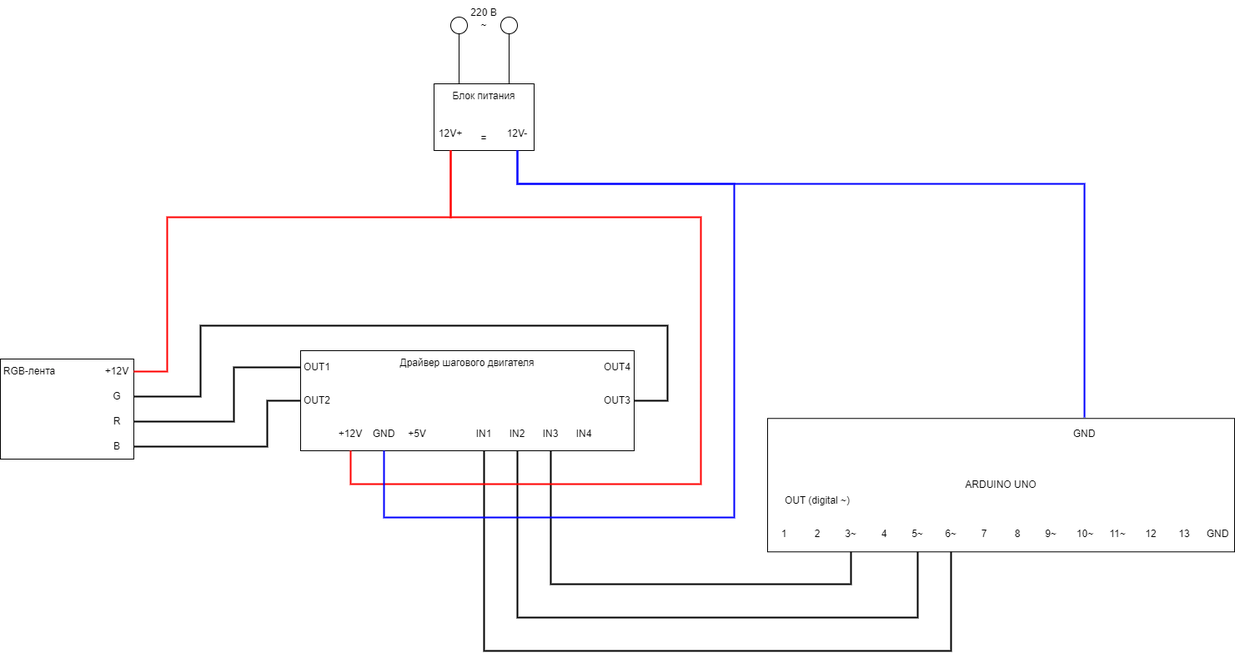
Above: Gear/Электрическая схема.drawio.png in akroniksgod/NewYearMood (draw.io), before the change. Source tidied: cells renumbered, new cells last; positions are measured from the earlier drawing's top-left corner, leaving out a move shared by most shapes.
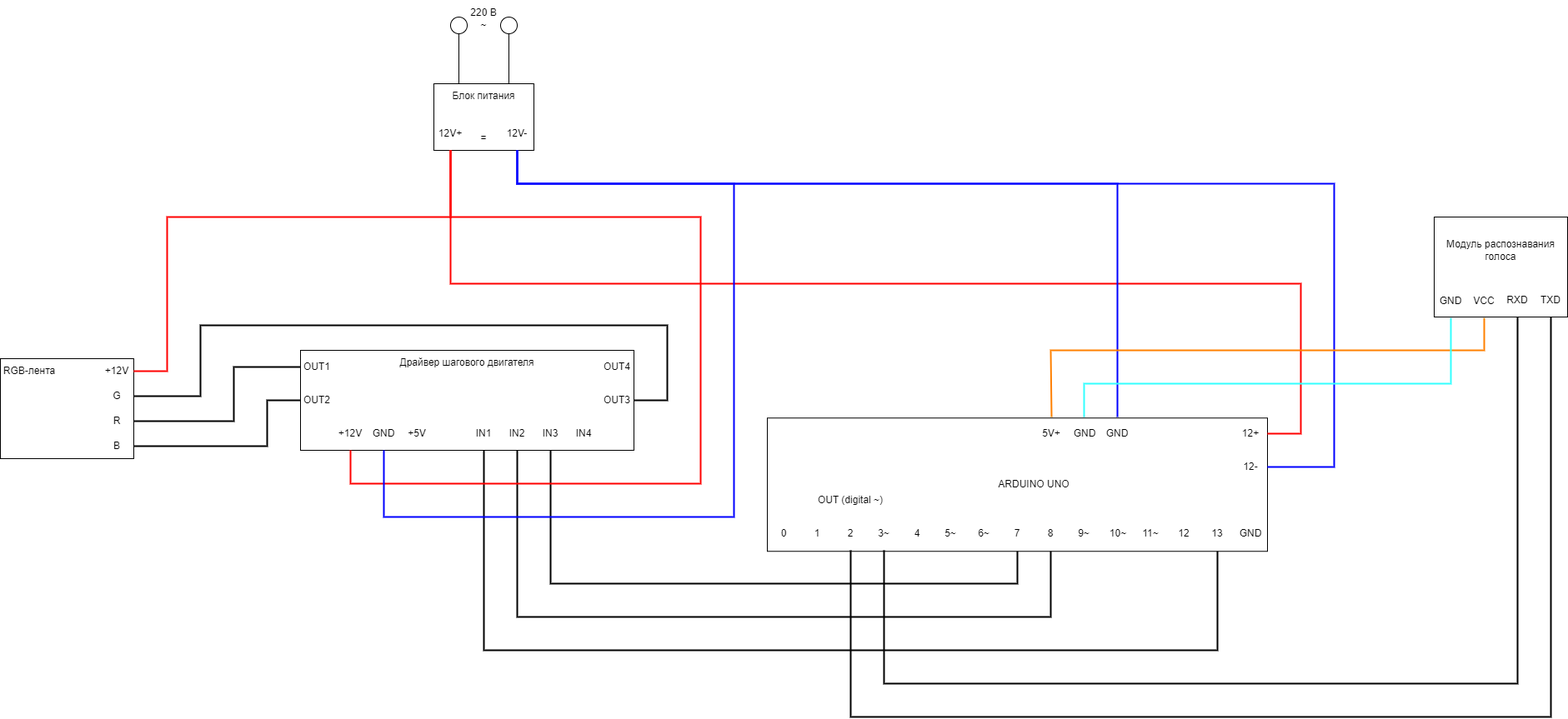
The same diagram one commit later.

Commit message:
Добавлен модуль распознавания голоса

The edit, as a diff of the source:
```diff
@@ -64,33 +64,33 @@
     <mxCell id="16" value="+5V" style="text;html=1;strokeColor=none;fillColor=none;align=center;verticalAlign=middle;whiteSpace=wrap;rounded=0;" parent="1" vertex="1">
       <mxGeometry x="480" y="500" width="40" height="40" as="geometry" />
     </mxCell>
-    <mxCell id="17" style="edgeStyle=orthogonalEdgeStyle;rounded=0;jettySize=auto;html=1;exitX=0.5;exitY=1;exitDx=0;exitDy=0;entryX=0.5;entryY=1;entryDx=0;entryDy=0;strokeColor=#000000;strokeWidth=2;endArrow=none;endFill=0;" parent="1" edge="1" source="18" target="33">
+    <mxCell id="17" style="edgeStyle=orthogonalEdgeStyle;rounded=0;jettySize=auto;html=1;exitX=0.5;exitY=1;exitDx=0;exitDy=0;entryX=0.5;entryY=1;entryDx=0;entryDy=0;strokeColor=#000000;strokeWidth=2;endArrow=none;endFill=0;" parent="1" edge="1" source="18" target="40">
       <mxGeometry relative="1" as="geometry">
         <Array as="points">
           <mxPoint x="580" y="780" />
-          <mxPoint x="1140" y="780" />
+          <mxPoint x="1460" y="780" />
         </Array>
       </mxGeometry>
     </mxCell>
     <mxCell id="18" value="IN1" style="text;html=1;strokeColor=none;fillColor=none;align=center;verticalAlign=middle;whiteSpace=wrap;rounded=0;" parent="1" vertex="1">
       <mxGeometry x="560" y="500" width="40" height="40" as="geometry" />
     </mxCell>
-    <mxCell id="19" style="edgeStyle=orthogonalEdgeStyle;rounded=0;jettySize=auto;html=1;exitX=0.5;exitY=1;exitDx=0;exitDy=0;entryX=0.5;entryY=1;entryDx=0;entryDy=0;strokeColor=#000000;strokeWidth=2;endArrow=none;endFill=0;" parent="1" edge="1" source="20" target="32">
+    <mxCell id="19" style="edgeStyle=orthogonalEdgeStyle;rounded=0;jettySize=auto;html=1;exitX=0.5;exitY=1;exitDx=0;exitDy=0;entryX=0.5;entryY=1;entryDx=0;entryDy=0;strokeColor=#000000;strokeWidth=2;endArrow=none;endFill=0;" parent="1" edge="1" source="20" target="35">
       <mxGeometry relative="1" as="geometry">
         <Array as="points">
           <mxPoint x="620" y="740" />
-          <mxPoint x="1100" y="740" />
+          <mxPoint x="1260" y="740" />
         </Array>
       </mxGeometry>
     </mxCell>
     <mxCell id="20" value="IN2" style="text;html=1;strokeColor=none;fillColor=none;align=center;verticalAlign=middle;whiteSpace=wrap;rounded=0;" parent="1" vertex="1">
       <mxGeometry x="600" y="500" width="40" height="40" as="geometry" />
     </mxCell>
-    <mxCell id="21" style="edgeStyle=orthogonalEdgeStyle;rounded=0;jettySize=auto;html=1;exitX=0.5;exitY=1;exitDx=0;exitDy=0;entryX=0.5;entryY=1;entryDx=0;entryDy=0;strokeColor=#000000;strokeWidth=2;endArrow=none;endFill=0;" parent="1" edge="1" source="22" target="30">
+    <mxCell id="21" style="edgeStyle=orthogonalEdgeStyle;rounded=0;jettySize=auto;html=1;exitX=0.5;exitY=1;exitDx=0;exitDy=0;entryX=0.5;entryY=1;entryDx=0;entryDy=0;strokeColor=#000000;strokeWidth=2;endArrow=none;endFill=0;" parent="1" edge="1" source="22" target="34">
       <mxGeometry relative="1" as="geometry">
         <Array as="points">
           <mxPoint x="660" y="700" />
-          <mxPoint x="1020" y="700" />
+          <mxPoint x="1220" y="700" />
         </Array>
       </mxGeometry>
     </mxCell>
@@ -110,65 +110,83 @@
       <mxGeometry x="440" y="420" width="240" height="30" as="geometry" />
     </mxCell>
     <mxCell id="27" style="rounded=0;whiteSpace=wrap;html=1;fillColor=#FFFFFF;" parent="1" vertex="1">
-      <mxGeometry x="920" y="501.2" width="560" height="160" as="geometry" />
+      <mxGeometry x="920" y="501.2" width="600" height="160" as="geometry" />
     </mxCell>
     <mxCell id="28" value="1" style="text;html=1;strokeColor=none;fillColor=none;align=center;verticalAlign=middle;whiteSpace=wrap;rounded=0;" parent="1" vertex="1">
-      <mxGeometry x="920" y="620" width="40" height="40" as="geometry" />
+      <mxGeometry x="960" y="620" width="40" height="40" as="geometry" />
     </mxCell>
     <mxCell id="29" value="2" style="text;html=1;strokeColor=none;fillColor=none;align=center;verticalAlign=middle;whiteSpace=wrap;rounded=0;" parent="1" vertex="1">
-      <mxGeometry x="960" y="620" width="40" height="40" as="geometry" />
+      <mxGeometry x="1000" y="620" width="40" height="40" as="geometry" />
     </mxCell>
     <mxCell id="30" value="3~" style="text;html=1;strokeColor=none;fillColor=none;align=center;verticalAlign=middle;whiteSpace=wrap;rounded=0;" parent="1" vertex="1">
-      <mxGeometry x="1000" y="620" width="40" height="40" as="geometry" />
+      <mxGeometry x="1040" y="620" width="40" height="40" as="geometry" />
     </mxCell>
     <mxCell id="31" value="4" style="text;html=1;strokeColor=none;fillColor=none;align=center;verticalAlign=middle;whiteSpace=wrap;rounded=0;" parent="1" vertex="1">
-      <mxGeometry x="1040" y="620" width="40" height="40" as="geometry" />
+      <mxGeometry x="1080" y="620" width="40" height="40" as="geometry" />
     </mxCell>
     <mxCell id="32" value="5~" style="text;html=1;strokeColor=none;fillColor=none;align=center;verticalAlign=middle;whiteSpace=wrap;rounded=0;" parent="1" vertex="1">
-      <mxGeometry x="1080" y="620" width="40" height="40" as="geometry" />
+      <mxGeometry x="1120" y="620" width="40" height="40" as="geometry" />
     </mxCell>
     <mxCell id="33" value="6~" style="text;html=1;strokeColor=none;fillColor=none;align=center;verticalAlign=middle;whiteSpace=wrap;rounded=0;" parent="1" vertex="1">
-      <mxGeometry x="1120" y="620" width="40" height="40" as="geometry" />
+      <mxGeometry x="1160" y="620" width="40" height="40" as="geometry" />
     </mxCell>
     <mxCell id="34" value="7" style="text;html=1;strokeColor=none;fillColor=none;align=center;verticalAlign=middle;whiteSpace=wrap;rounded=0;" parent="1" vertex="1">
-      <mxGeometry x="1160" y="620" width="40" height="40" as="geometry" />
+      <mxGeometry x="1200" y="620" width="40" height="40" as="geometry" />
     </mxCell>
     <mxCell id="35" value="8" style="text;html=1;strokeColor=none;fillColor=none;align=center;verticalAlign=middle;whiteSpace=wrap;rounded=0;" parent="1" vertex="1">
-      <mxGeometry x="1200" y="620" width="40" height="40" as="geometry" />
+      <mxGeometry x="1240" y="620" width="40" height="40" as="geometry" />
     </mxCell>
     <mxCell id="36" value="9~" style="text;html=1;strokeColor=none;fillColor=none;align=center;verticalAlign=middle;whiteSpace=wrap;rounded=0;" parent="1" vertex="1">
-      <mxGeometry x="1240" y="620" width="40" height="40" as="geometry" />
+      <mxGeometry x="1280" y="620" width="40" height="40" as="geometry" />
     </mxCell>
     <mxCell id="37" value="10~" style="text;html=1;strokeColor=none;fillColor=none;align=center;verticalAlign=middle;whiteSpace=wrap;rounded=0;" parent="1" vertex="1">
-      <mxGeometry x="1281" y="620" width="40" height="40" as="geometry" />
+      <mxGeometry x="1321" y="620" width="40" height="40" as="geometry" />
     </mxCell>
     <mxCell id="38" value="11~" style="text;html=1;strokeColor=none;fillColor=none;align=center;verticalAlign=middle;whiteSpace=wrap;rounded=0;" parent="1" vertex="1">
-      <mxGeometry x="1320" y="620" width="40" height="40" as="geometry" />
+      <mxGeometry x="1360" y="620" width="40" height="40" as="geometry" />
     </mxCell>
     <mxCell id="39" value="12" style="text;html=1;strokeColor=none;fillColor=none;align=center;verticalAlign=middle;whiteSpace=wrap;rounded=0;" parent="1" vertex="1">
-      <mxGeometry x="1360" y="620" width="40" height="40" as="geometry" />
+      <mxGeometry x="1400" y="620" width="40" height="40" as="geometry" />
     </mxCell>
     <mxCell id="40" value="13" style="text;html=1;strokeColor=none;fillColor=none;align=center;verticalAlign=middle;whiteSpace=wrap;rounded=0;" parent="1" vertex="1">
-      <mxGeometry x="1400" y="620" width="40" height="40" as="geometry" />
+      <mxGeometry x="1440" y="620" width="40" height="40" as="geometry" />
     </mxCell>
     <mxCell id="41" value="GND" style="text;html=1;strokeColor=none;fillColor=none;align=center;verticalAlign=middle;whiteSpace=wrap;rounded=0;" parent="1" vertex="1">
-      <mxGeometry x="1440" y="620" width="40" height="40" as="geometry" />
+      <mxGeometry x="1480" y="620" width="40" height="40" as="geometry" />
     </mxCell>
     <mxCell id="42" value="OUT (digital ~)" style="text;html=1;strokeColor=none;fillColor=none;align=center;verticalAlign=middle;whiteSpace=wrap;rounded=0;" parent="1" vertex="1">
-      <mxGeometry x="920" y="580" width="120" height="40" as="geometry" />
+      <mxGeometry x="960" y="580" width="120" height="40" as="geometry" />
     </mxCell>
     <mxCell id="43" value="ARDUINO UNO" style="text;html=1;strokeColor=none;fillColor=none;align=center;verticalAlign=middle;whiteSpace=wrap;rounded=0;" parent="1" vertex="1">
-      <mxGeometry x="1145" y="562.5" width="110" height="37.5" as="geometry" />
+      <mxGeometry x="1185" y="562.5" width="110" height="37.5" as="geometry" />
     </mxCell>
     <mxCell id="44" value="GND" style="text;html=1;strokeColor=none;fillColor=none;align=center;verticalAlign=middle;whiteSpace=wrap;rounded=0;" parent="1" vertex="1">
-      <mxGeometry x="1280" y="500" width="40" height="40" as="geometry" />
+      <mxGeometry x="1320" y="500" width="40" height="40" as="geometry" />
     </mxCell>
     <mxCell id="45" style="rounded=0;whiteSpace=wrap;html=1;" parent="1" vertex="1">
       <mxGeometry x="520" y="100" width="120" height="80" as="geometry" />
     </mxCell>
+    <mxCell id="60" style="edgeStyle=orthogonalEdgeStyle;rounded=0;jettySize=auto;html=1;exitX=0.5;exitY=1;exitDx=0;exitDy=0;entryX=1;entryY=0.5;entryDx=0;entryDy=0;strokeWidth=2;endArrow=none;endFill=0;strokeColor=#FF0000;" parent="1" edge="1" source="46" target="62">
+      <mxGeometry relative="1" as="geometry">
+        <Array as="points">
+          <mxPoint x="540" y="340" />
+          <mxPoint x="1560" y="340" />
+          <mxPoint x="1560" y="520" />
+        </Array>
+      </mxGeometry>
+    </mxCell>
     <mxCell id="46" value="12V+" style="text;html=1;strokeColor=none;fillColor=none;align=center;verticalAlign=middle;whiteSpace=wrap;rounded=0;" parent="1" vertex="1">
       <mxGeometry x="520" y="140" width="40" height="40" as="geometry" />
     </mxCell>
+    <mxCell id="61" style="edgeStyle=orthogonalEdgeStyle;rounded=0;jettySize=auto;html=1;exitX=0.5;exitY=1;exitDx=0;exitDy=0;entryX=1;entryY=0.5;entryDx=0;entryDy=0;strokeColor=#0000FF;strokeWidth=2;endArrow=none;endFill=0;" parent="1" edge="1" source="47" target="63">
+      <mxGeometry relative="1" as="geometry">
+        <Array as="points">
+          <mxPoint x="620" y="220" />
+          <mxPoint x="1600" y="220" />
+          <mxPoint x="1600" y="560" />
+        </Array>
+      </mxGeometry>
+    </mxCell>
     <mxCell id="47" value="12V-" style="text;html=1;strokeColor=none;fillColor=none;align=center;verticalAlign=middle;whiteSpace=wrap;rounded=0;" parent="1" vertex="1">
       <mxGeometry x="600" y="140" width="40" height="40" as="geometry" />
     </mxCell>
@@ -234,9 +252,76 @@
       <mxGeometry relative="1" as="geometry">
         <Array as="points">
           <mxPoint x="620" y="220" />
-          <mxPoint x="1300" y="220" />
+          <mxPoint x="1340" y="220" />
         </Array>
       </mxGeometry>
     </mxCell>
+    <mxCell id="62" value="12+" style="text;html=1;strokeColor=none;fillColor=none;align=center;verticalAlign=middle;whiteSpace=wrap;rounded=0;" parent="1" vertex="1">
+      <mxGeometry x="1480" y="500" width="40" height="40" as="geometry" />
+    </mxCell>
+    <mxCell id="63" value="12-" style="text;html=1;strokeColor=none;fillColor=none;align=center;verticalAlign=middle;whiteSpace=wrap;rounded=0;" parent="1" vertex="1">
+      <mxGeometry x="1480" y="540" width="40" height="40" as="geometry" />
+    </mxCell>
+    <mxCell id="64" value="GND" style="text;html=1;strokeColor=none;fillColor=none;align=center;verticalAlign=middle;whiteSpace=wrap;rounded=0;" parent="1" vertex="1">
+      <mxGeometry x="1281" y="500" width="40" height="40" as="geometry" />
+    </mxCell>
+    <mxCell id="65" style="edgeStyle=orthogonalEdgeStyle;rounded=0;jettySize=auto;html=1;exitX=0.5;exitY=0;exitDx=0;exitDy=0;entryX=0.5;entryY=1;entryDx=0;entryDy=0;strokeColor=#FF8000;strokeWidth=2;endArrow=none;endFill=0;" parent="1" edge="1" source="66" target="71">
+      <mxGeometry relative="1" as="geometry">
+        <Array as="points">
+          <mxPoint x="1260" y="500" />
+          <mxPoint x="1260" y="420" />
+          <mxPoint x="1780" y="420" />
+        </Array>
+      </mxGeometry>
+    </mxCell>
+    <mxCell id="66" value="5V+" style="text;html=1;strokeColor=none;fillColor=none;align=center;verticalAlign=middle;whiteSpace=wrap;rounded=0;" parent="1" vertex="1">
+      <mxGeometry x="1241" y="500" width="40" height="40" as="geometry" />
+    </mxCell>
+    <mxCell id="67" style="rounded=0;whiteSpace=wrap;html=1;" parent="1" vertex="1">
+      <mxGeometry x="1720" y="260" width="160" height="120" as="geometry" />
+    </mxCell>
+    <mxCell id="68" value="Модуль распознавания голоса" style="text;html=1;strokeColor=none;fillColor=none;align=center;verticalAlign=middle;whiteSpace=wrap;rounded=0;" parent="1" vertex="1">
+      <mxGeometry x="1720" y="260" width="160" height="80" as="geometry" />
+    </mxCell>
+    <mxCell id="69" style="edgeStyle=orthogonalEdgeStyle;rounded=0;jettySize=auto;html=1;exitX=0.5;exitY=1;exitDx=0;exitDy=0;entryX=0.5;entryY=0;entryDx=0;entryDy=0;strokeColor=#33FFFF;strokeWidth=2;endArrow=none;endFill=0;" parent="1" edge="1" source="70" target="64">
+      <mxGeometry relative="1" as="geometry">
+        <Array as="points">
+          <mxPoint x="1740" y="460" />
+          <mxPoint x="1300" y="460" />
+          <mxPoint x="1300" y="500" />
+        </Array>
+      </mxGeometry>
+    </mxCell>
+    <mxCell id="70" value="GND" style="text;html=1;strokeColor=none;fillColor=none;align=center;verticalAlign=middle;whiteSpace=wrap;rounded=0;" parent="1" vertex="1">
+      <mxGeometry x="1720" y="341.2" width="40" height="40" as="geometry" />
+    </mxCell>
+    <mxCell id="71" value="VCC" style="text;html=1;strokeColor=none;fillColor=none;align=center;verticalAlign=middle;whiteSpace=wrap;rounded=0;" parent="1" vertex="1">
+      <mxGeometry x="1760" y="341.2" width="40" height="40" as="geometry" />
+    </mxCell>
+    <mxCell id="72" style="edgeStyle=orthogonalEdgeStyle;rounded=0;jettySize=auto;html=1;exitX=0.5;exitY=1;exitDx=0;exitDy=0;entryX=0.5;entryY=1;entryDx=0;entryDy=0;strokeColor=#000000;strokeWidth=2;endArrow=none;endFill=0;" parent="1" edge="1" source="73" target="30">
+      <mxGeometry relative="1" as="geometry">
+        <Array as="points">
+          <mxPoint x="1820" y="820" />
+          <mxPoint x="1060" y="820" />
+        </Array>
+      </mxGeometry>
+    </mxCell>
+    <mxCell id="73" value="RXD" style="text;html=1;strokeColor=none;fillColor=none;align=center;verticalAlign=middle;whiteSpace=wrap;rounded=0;" parent="1" vertex="1">
+      <mxGeometry x="1800" y="340" width="40" height="40" as="geometry" />
+    </mxCell>
+    <mxCell id="74" style="edgeStyle=orthogonalEdgeStyle;rounded=0;jettySize=auto;html=1;exitX=0.5;exitY=1;exitDx=0;exitDy=0;entryX=0.5;entryY=1;entryDx=0;entryDy=0;strokeColor=#000000;strokeWidth=2;endArrow=none;endFill=0;" parent="1" edge="1" source="75" target="29">
+      <mxGeometry relative="1" as="geometry">
+        <Array as="points">
+          <mxPoint x="1860" y="860" />
+          <mxPoint x="1020" y="860" />
+        </Array>
+      </mxGeometry>
+    </mxCell>
+    <mxCell id="75" value="TXD" style="text;html=1;strokeColor=none;fillColor=none;align=center;verticalAlign=middle;whiteSpace=wrap;rounded=0;" parent="1" vertex="1">
+      <mxGeometry x="1840" y="340" width="40" height="40" as="geometry" />
+    </mxCell>
+    <mxCell id="76" value="0" style="text;html=1;strokeColor=none;fillColor=none;align=center;verticalAlign=middle;whiteSpace=wrap;rounded=0;" parent="1" vertex="1">
+      <mxGeometry x="920" y="620" width="40" height="40" as="geometry" />
+    </mxCell>
   </root>
 </mxGraphModel>
```
